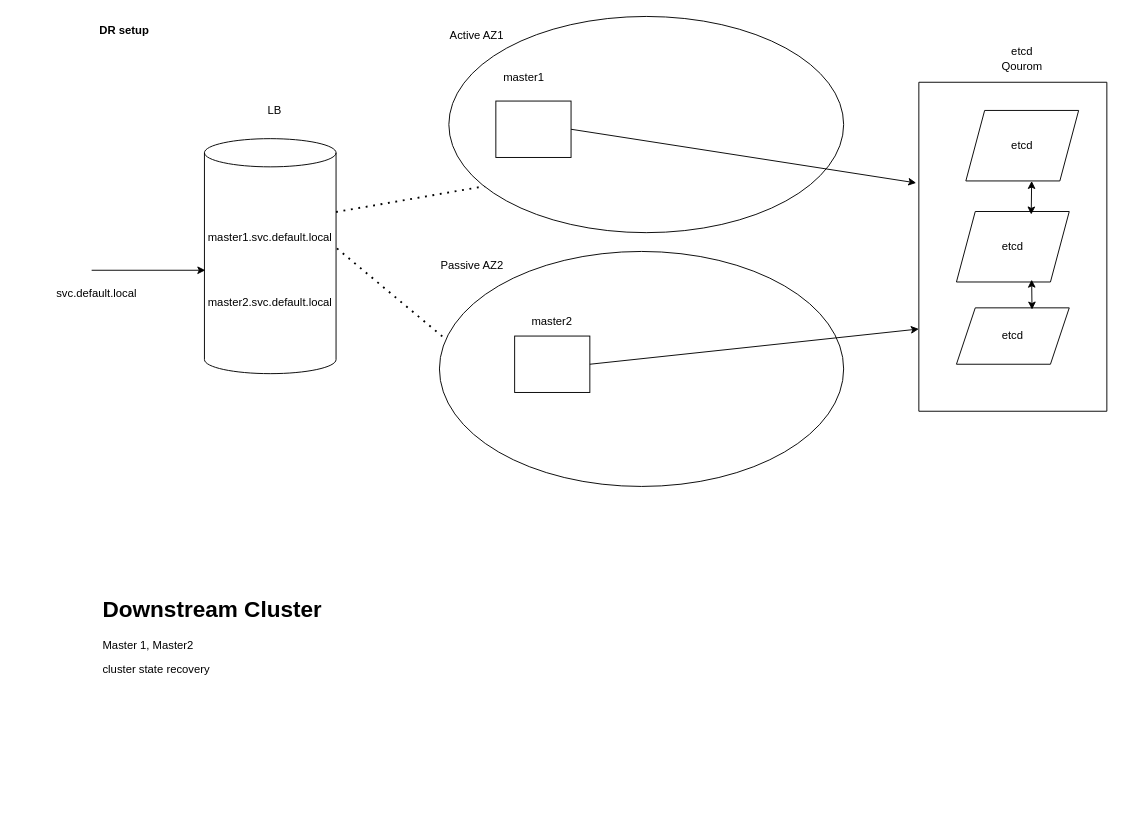
NitinBakaya/backup keeps this draw.io diagram as Untitled Diagram.drawio. Above is the earlier version. Source tidied: cells renumbered, new cells numbered last; positions are measured from the earlier drawing's top-left corner, leaving out a move shared by most shapes. Both pictures are drawn from the tidied source at 94%, with x=0, y=0 at pixel (44, 16).
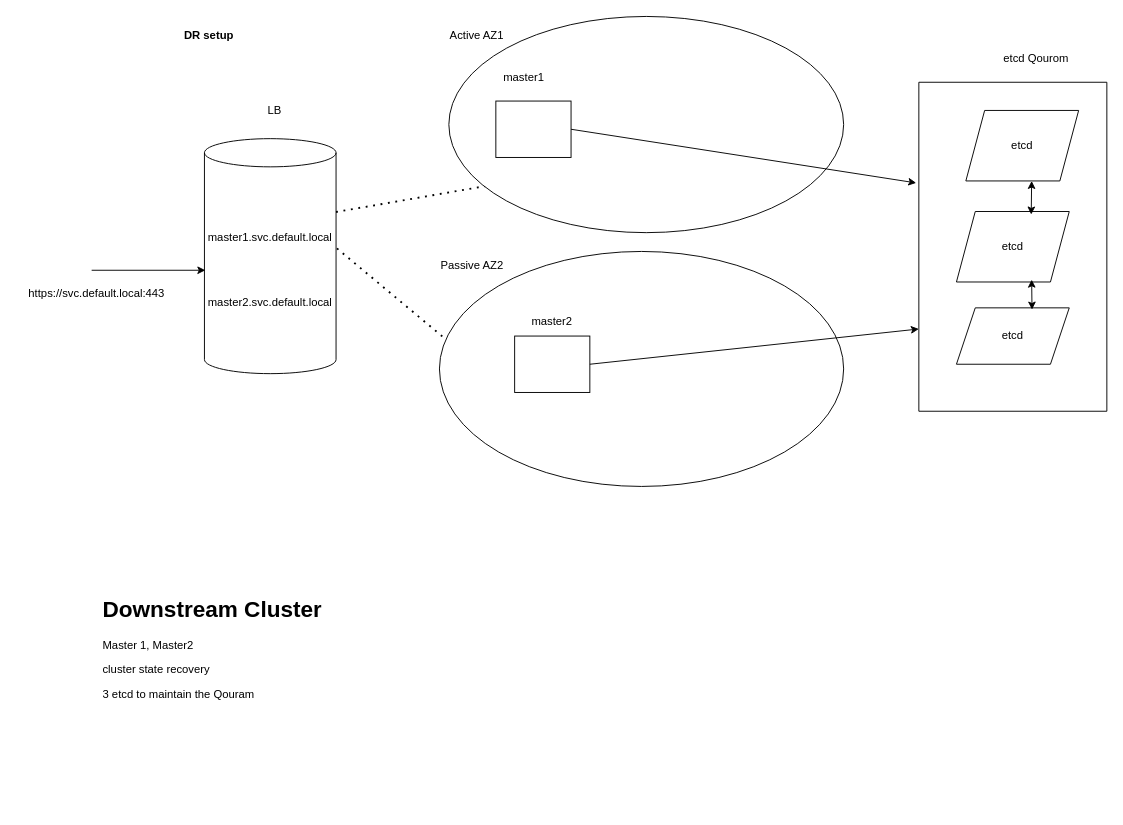
Above is the later version.

Diff of the diagram source:
```diff
@@
     <mxCell id="7" value="&lt;b&gt;DR setup&lt;/b&gt;" style="text;html=1;align=center;verticalAlign=middle;whiteSpace=wrap;rounded=0;" parent="1" vertex="1">
-      <mxGeometry x="20" width="130" height="30" as="geometry" />
+      <mxGeometry x="110" y="5" width="130" height="30" as="geometry" />
     </mxCell>
-    <mxCell id="8" value="&lt;h1 style=&quot;margin-top: 0px;&quot;&gt;Downstream Cluster&lt;/h1&gt;&lt;p&gt;Master 1, Master2&lt;/p&gt;&lt;p&gt;cluster state recovery&lt;/p&gt;" style="text;html=1;whiteSpace=wrap;overflow=hidden;rounded=0;" parent="1" vertex="1">
+    <mxCell id="8" value="&lt;h1 style=&quot;margin-top: 0px;&quot;&gt;Downstream Cluster&lt;/h1&gt;&lt;p&gt;Master 1, Master2&lt;/p&gt;&lt;p&gt;cluster state recovery&lt;/p&gt;&lt;p&gt;3 etcd to maintain the Qouram&lt;/p&gt;" style="text;html=1;whiteSpace=wrap;overflow=hidden;rounded=0;" parent="1" vertex="1">
       <mxGeometry x="60" y="610" width="280" height="230" as="geometry" />
     </mxCell>
@@
-    <mxCell id="19" value="svc.default.local" style="text;html=1;align=center;verticalAlign=middle;strokeColor=none;fillColor=none;" parent="1" vertex="1">
-      <mxGeometry y="280" width="110" height="30" as="geometry" />
+    <mxCell id="19" value="https://svc.default.local:443" style="text;html=1;align=center;verticalAlign=middle;strokeColor=none;fillColor=none;" parent="1" vertex="1">
+      <mxGeometry x="-30" y="280" width="170" height="30" as="geometry" />
     </mxCell>
@@
     <mxCell id="32" value="etcd Qourom" style="text;html=1;align=center;verticalAlign=middle;whiteSpace=wrap;rounded=0;" parent="1" vertex="1">
-      <mxGeometry x="1010" y="30" width="60" height="30" as="geometry" />
+      <mxGeometry x="1010" y="30" width="90" height="30" as="geometry" />
     </mxCell>
```
